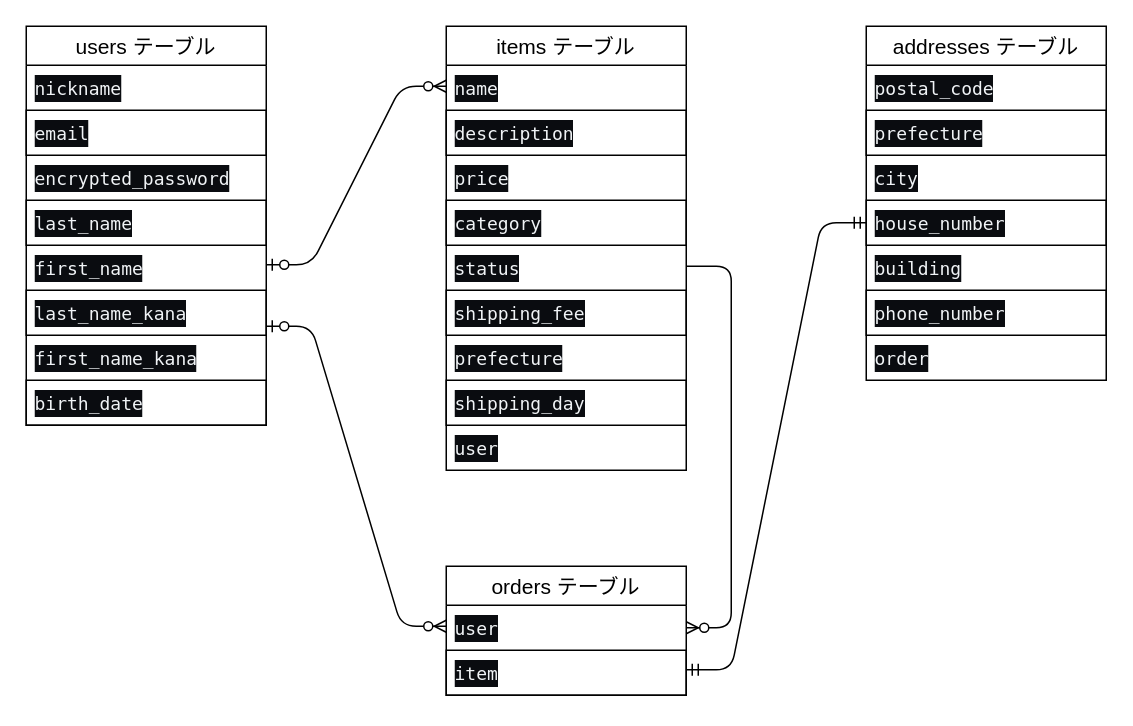
takumarider/furima-42318 keeps this draw.io diagram as furima.dio. Above is the earlier version. Source tidied: cells renumbered, new cells numbered last; positions are measured from the earlier drawing's top-left corner, leaving out a move shared by most shapes. Both pictures are drawn from the tidied source at 150%, with x=0, y=0 at pixel (26, 26).
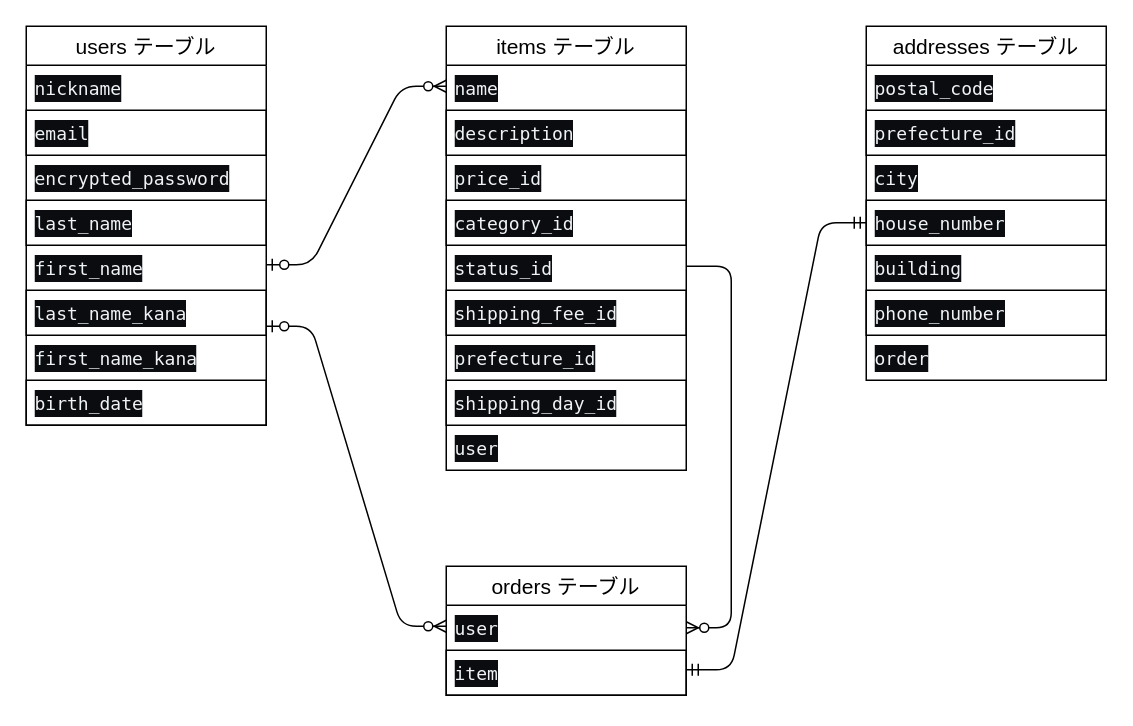
After the change.

Commit message (it also covers changes not shown here):
カラム修正

The change refers to these unchanged cells:
```xml
<mxCell id="11" value="items テーブル" style="swimlane;fontStyle=0;horizontal=1;startSize=26;align=center;fontSize=14;" parent="1" vertex="1">
  <mxGeometry x="280" width="160" height="296" as="geometry" />
</mxCell>
<mxCell id="24" value="addresses テーブル" style="swimlane;fontStyle=0;horizontal=1;startSize=26;align=center;fontSize=14;" parent="1" vertex="1">
  <mxGeometry x="560" width="160" height="236" as="geometry" />
</mxCell>
```

Diff of the diagram source:
```diff
@@
-    <mxCell id="14" value="&lt;div style=&quot;color: rgb(240, 243, 246); background-color: rgb(10, 12, 16); font-family: Menlo, Monaco, &amp;quot;Courier New&amp;quot;, monospace; line-height: 18px; white-space: pre;&quot;&gt;&lt;span style=&quot;color: #f0f3f6;&quot;&gt;price&lt;/span&gt;&lt;/div&gt;" style="text;strokeColor=none;fillColor=none;spacingLeft=4;spacingRight=4;overflow=hidden;fontSize=12;whiteSpace=wrap;html=1;" parent="11" vertex="1">
+    <mxCell id="14" value="&lt;div style=&quot;color: rgb(240, 243, 246); background-color: rgb(10, 12, 16); font-family: Menlo, Monaco, &amp;quot;Courier New&amp;quot;, monospace; line-height: 18px; white-space: pre;&quot;&gt;&lt;span style=&quot;color: rgb(240, 243, 246);&quot;&gt;price_id&lt;/span&gt;&lt;/div&gt;" style="text;strokeColor=none;fillColor=none;spacingLeft=4;spacingRight=4;overflow=hidden;fontSize=12;whiteSpace=wrap;html=1;" parent="11" vertex="1">
       <mxGeometry y="86" width="160" height="30" as="geometry" />
     </mxCell>
-    <mxCell id="15" value="&lt;div style=&quot;color: rgb(240, 243, 246); background-color: rgb(10, 12, 16); font-family: Menlo, Monaco, &amp;quot;Courier New&amp;quot;, monospace; line-height: 18px; white-space: pre;&quot;&gt;&lt;span style=&quot;color: #f0f3f6;&quot;&gt;category&lt;/span&gt;&lt;/div&gt;" style="text;strokeColor=default;fillColor=none;spacingLeft=4;spacingRight=4;overflow=hidden;fontSize=12;whiteSpace=wrap;html=1;" parent="11" vertex="1">
+    <mxCell id="15" value="&lt;div style=&quot;color: rgb(240, 243, 246); background-color: rgb(10, 12, 16); font-family: Menlo, Monaco, &amp;quot;Courier New&amp;quot;, monospace; line-height: 18px; white-space: pre;&quot;&gt;&lt;span style=&quot;color: rgb(240, 243, 246);&quot;&gt;category_id&lt;/span&gt;&lt;/div&gt;" style="text;strokeColor=default;fillColor=none;spacingLeft=4;spacingRight=4;overflow=hidden;fontSize=12;whiteSpace=wrap;html=1;" parent="11" vertex="1">
       <mxGeometry y="116" width="160" height="30" as="geometry" />
     </mxCell>
-    <mxCell id="16" value="&lt;div style=&quot;color: #f0f3f6;background-color: #0a0c10;font-family: Menlo, Monaco, 'Courier New', monospace;font-weight: normal;font-size: 12px;line-height: 18px;white-space: pre;&quot;&gt;&lt;div&gt;&lt;span style=&quot;color: #f0f3f6;&quot;&gt;status&lt;/span&gt;&lt;/div&gt;&lt;/div&gt;" style="text;strokeColor=none;fillColor=none;spacingLeft=4;spacingRight=4;overflow=hidden;fontSize=12;whiteSpace=wrap;html=1;" parent="11" vertex="1">
+    <mxCell id="16" value="&lt;div style=&quot;color: rgb(240, 243, 246); background-color: rgb(10, 12, 16); font-family: Menlo, Monaco, &amp;quot;Courier New&amp;quot;, monospace; font-weight: normal; font-size: 12px; line-height: 18px; white-space: pre;&quot;&gt;&lt;div&gt;&lt;span style=&quot;color: rgb(240, 243, 246);&quot;&gt;status_id&lt;/span&gt;&lt;/div&gt;&lt;/div&gt;" style="text;strokeColor=none;fillColor=none;spacingLeft=4;spacingRight=4;overflow=hidden;fontSize=12;whiteSpace=wrap;html=1;" parent="11" vertex="1">
       <mxGeometry y="146" width="160" height="30" as="geometry" />
     </mxCell>
-    <mxCell id="17" value="&lt;div style=&quot;color: rgb(240, 243, 246); background-color: rgb(10, 12, 16); font-family: Menlo, Monaco, &amp;quot;Courier New&amp;quot;, monospace; line-height: 18px; white-space: pre;&quot;&gt;&lt;span style=&quot;color: #f0f3f6;&quot;&gt;shipping_fee&lt;/span&gt;&lt;/div&gt;" style="text;strokeColor=default;fillColor=none;spacingLeft=4;spacingRight=4;overflow=hidden;fontSize=12;whiteSpace=wrap;html=1;" parent="11" vertex="1">
+    <mxCell id="17" value="&lt;div style=&quot;color: rgb(240, 243, 246); background-color: rgb(10, 12, 16); font-family: Menlo, Monaco, &amp;quot;Courier New&amp;quot;, monospace; line-height: 18px; white-space: pre;&quot;&gt;&lt;span style=&quot;color: rgb(240, 243, 246);&quot;&gt;shipping_fee_id&lt;/span&gt;&lt;/div&gt;" style="text;strokeColor=default;fillColor=none;spacingLeft=4;spacingRight=4;overflow=hidden;fontSize=12;whiteSpace=wrap;html=1;" parent="11" vertex="1">
       <mxGeometry y="176" width="160" height="30" as="geometry" />
     </mxCell>
-    <mxCell id="18" value="&lt;div style=&quot;color: rgb(240, 243, 246); background-color: rgb(10, 12, 16); font-family: Menlo, Monaco, &amp;quot;Courier New&amp;quot;, monospace; line-height: 18px; white-space: pre;&quot;&gt;&lt;span style=&quot;color: #f0f3f6;&quot;&gt;prefecture&lt;/span&gt;&lt;/div&gt;" style="text;strokeColor=none;fillColor=none;spacingLeft=4;spacingRight=4;overflow=hidden;fontSize=12;whiteSpace=wrap;html=1;" parent="11" vertex="1">
+    <mxCell id="18" value="&lt;div style=&quot;color: rgb(240, 243, 246); background-color: rgb(10, 12, 16); font-family: Menlo, Monaco, &amp;quot;Courier New&amp;quot;, monospace; line-height: 18px; white-space: pre;&quot;&gt;&lt;span style=&quot;color: rgb(240, 243, 246);&quot;&gt;prefecture_id&lt;/span&gt;&lt;/div&gt;" style="text;strokeColor=none;fillColor=none;spacingLeft=4;spacingRight=4;overflow=hidden;fontSize=12;whiteSpace=wrap;html=1;" parent="11" vertex="1">
       <mxGeometry y="206" width="160" height="30" as="geometry" />
     </mxCell>
-    <mxCell id="19" value="&lt;div style=&quot;color: rgb(240, 243, 246); background-color: rgb(10, 12, 16); font-family: Menlo, Monaco, &amp;quot;Courier New&amp;quot;, monospace; line-height: 18px; white-space: pre;&quot;&gt;&lt;span style=&quot;color: #f0f3f6;&quot;&gt;shipping_day&lt;/span&gt;&lt;/div&gt;" style="text;strokeColor=default;fillColor=none;spacingLeft=4;spacingRight=4;overflow=hidden;fontSize=12;whiteSpace=wrap;html=1;" parent="11" vertex="1">
+    <mxCell id="19" value="&lt;div style=&quot;color: rgb(240, 243, 246); background-color: rgb(10, 12, 16); font-family: Menlo, Monaco, &amp;quot;Courier New&amp;quot;, monospace; line-height: 18px; white-space: pre;&quot;&gt;&lt;span style=&quot;color: rgb(240, 243, 246);&quot;&gt;shipping_day_id&lt;/span&gt;&lt;/div&gt;" style="text;strokeColor=default;fillColor=none;spacingLeft=4;spacingRight=4;overflow=hidden;fontSize=12;whiteSpace=wrap;html=1;" parent="11" vertex="1">
       <mxGeometry y="236" width="160" height="30" as="geometry" />
     </mxCell>
@@
-    <mxCell id="26" value="&lt;div style=&quot;color: rgb(240, 243, 246); background-color: rgb(10, 12, 16); font-family: Menlo, Monaco, &amp;quot;Courier New&amp;quot;, monospace; line-height: 18px; white-space: pre;&quot;&gt;&lt;span style=&quot;color: #f0f3f6;&quot;&gt;prefecture&lt;/span&gt;&lt;/div&gt;" style="text;strokeColor=default;fillColor=none;spacingLeft=4;spacingRight=4;overflow=hidden;fontSize=12;whiteSpace=wrap;html=1;" parent="24" vertex="1">
+    <mxCell id="26" value="&lt;div style=&quot;color: rgb(240, 243, 246); background-color: rgb(10, 12, 16); font-family: Menlo, Monaco, &amp;quot;Courier New&amp;quot;, monospace; line-height: 18px; white-space: pre;&quot;&gt;&lt;span style=&quot;color: rgb(240, 243, 246);&quot;&gt;prefecture_id&lt;/span&gt;&lt;/div&gt;" style="text;strokeColor=default;fillColor=none;spacingLeft=4;spacingRight=4;overflow=hidden;fontSize=12;whiteSpace=wrap;html=1;" parent="24" vertex="1">
       <mxGeometry y="56" width="160" height="30" as="geometry" />
     </mxCell>
```
